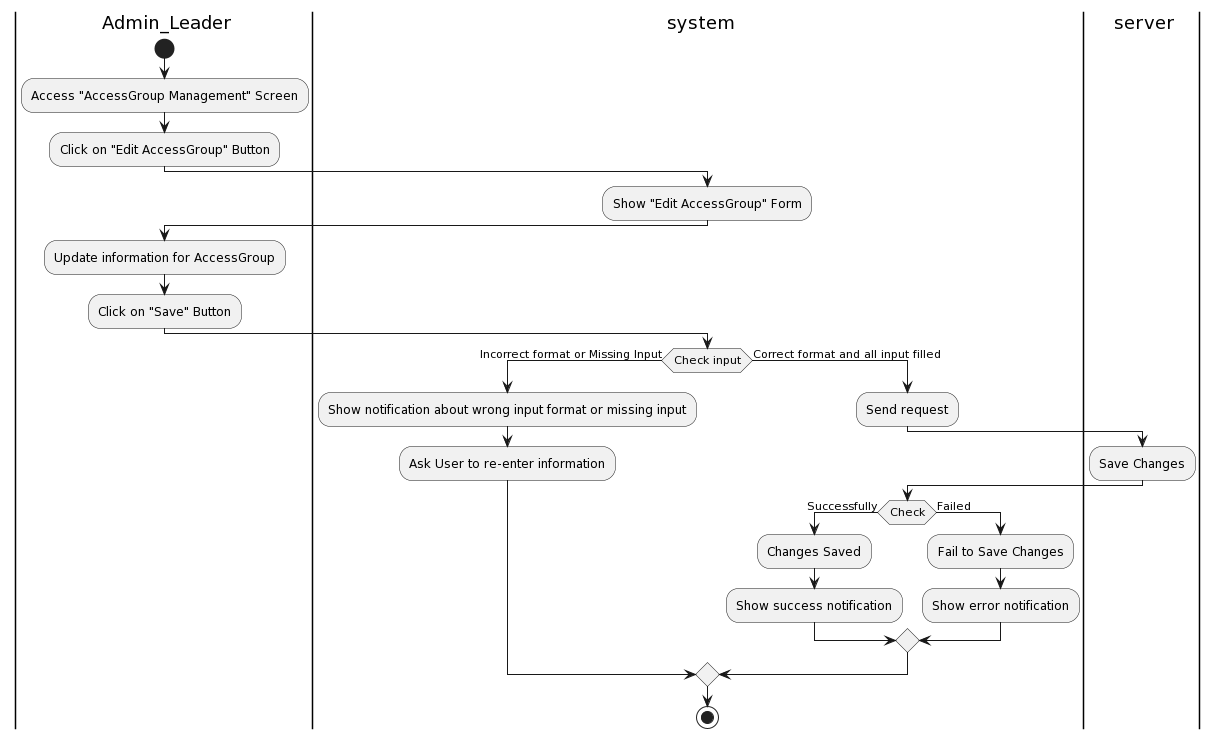
khoapham1003/SE357-Pratice-class keeps this PlantUML diagram as Lab1/Lab1.2/Activity Diagram/SystemManagement/AccessGroupManagement/EditAccessGroup/EditAccessGroup.png. Above is the earlier version. Its diagram source:
```plantuml
@startuml
|a| Admin_Leader
|sys| system
|ser| server
|a|
start
:Access "AccessGroup Management" Screen;
:Click on "Edit AccessGroup" Button;
|sys|
:Show "Edit AccessGroup" Form;
|a|
:Update information for AccessGroup;
:Click on "Save" Button;
|sys|
if (Check input) then (Incorrect format or Missing Input)
:Show notification about wrong input format or missing input;
:Ask User to re-enter information;
else (Correct format and all input filled)
|sys|
:Send request;
|ser|
:Save Changes;
|sys|
if(Check) then (Successfully)
:Changes Saved;
:Show success notification;
else (Failed)
:Fail to Save Changes;
:Show error notification;
endif
endif
stop
@enduml
```
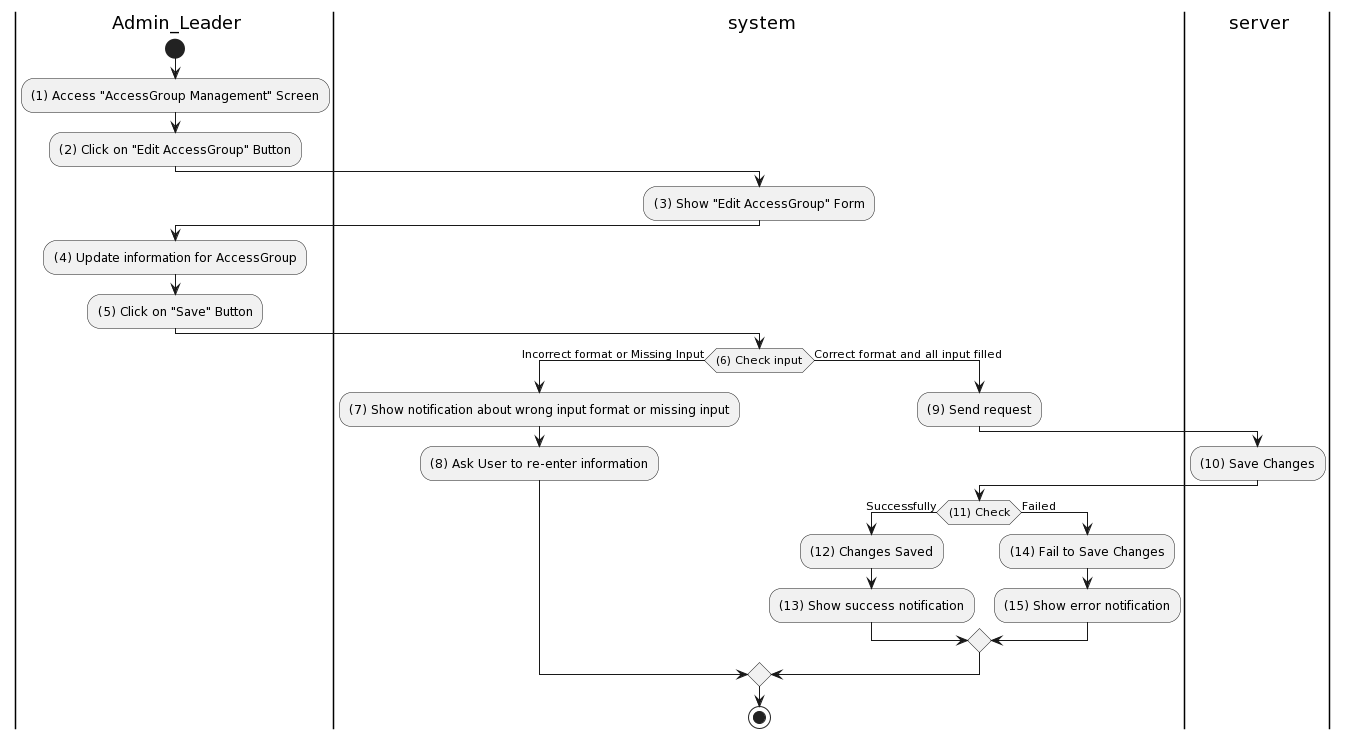
After the change.

Diff of the diagram source:
```diff
@@ -4,29 +4,29 @@
 |ser| server
 |a|
 start
-:Access "AccessGroup Management" Screen;
-:Click on "Edit AccessGroup" Button;
+:(1) Access "AccessGroup Management" Screen;
+:(2) Click on "Edit AccessGroup" Button;
 |sys|
-:Show "Edit AccessGroup" Form;
+:(3) Show "Edit AccessGroup" Form;
 |a|
-:Update information for AccessGroup;
-:Click on "Save" Button;
+:(4) Update information for AccessGroup;
+:(5) Click on "Save" Button;
 |sys|
-if (Check input) then (Incorrect format or Missing Input)
-:Show notification about wrong input format or missing input;
-:Ask User to re-enter information;
+if ((6) Check input) then (Incorrect format or Missing Input)
+:(7) Show notification about wrong input format or missing input;
+:(8) Ask User to re-enter information;
 else (Correct format and all input filled)
 |sys|
-:Send request;
+:(9) Send request;
 |ser|
-:Save Changes;
+:(10) Save Changes;
 |sys|
-if(Check) then (Successfully)
-:Changes Saved;
-:Show success notification;
+if((11) Check) then (Successfully)
+:(12) Changes Saved;
+:(13) Show success notification;
 else (Failed)
-:Fail to Save Changes;
-:Show error notification;
+:(14) Fail to Save Changes;
+:(15) Show error notification;
 endif
 endif
 stop
```
